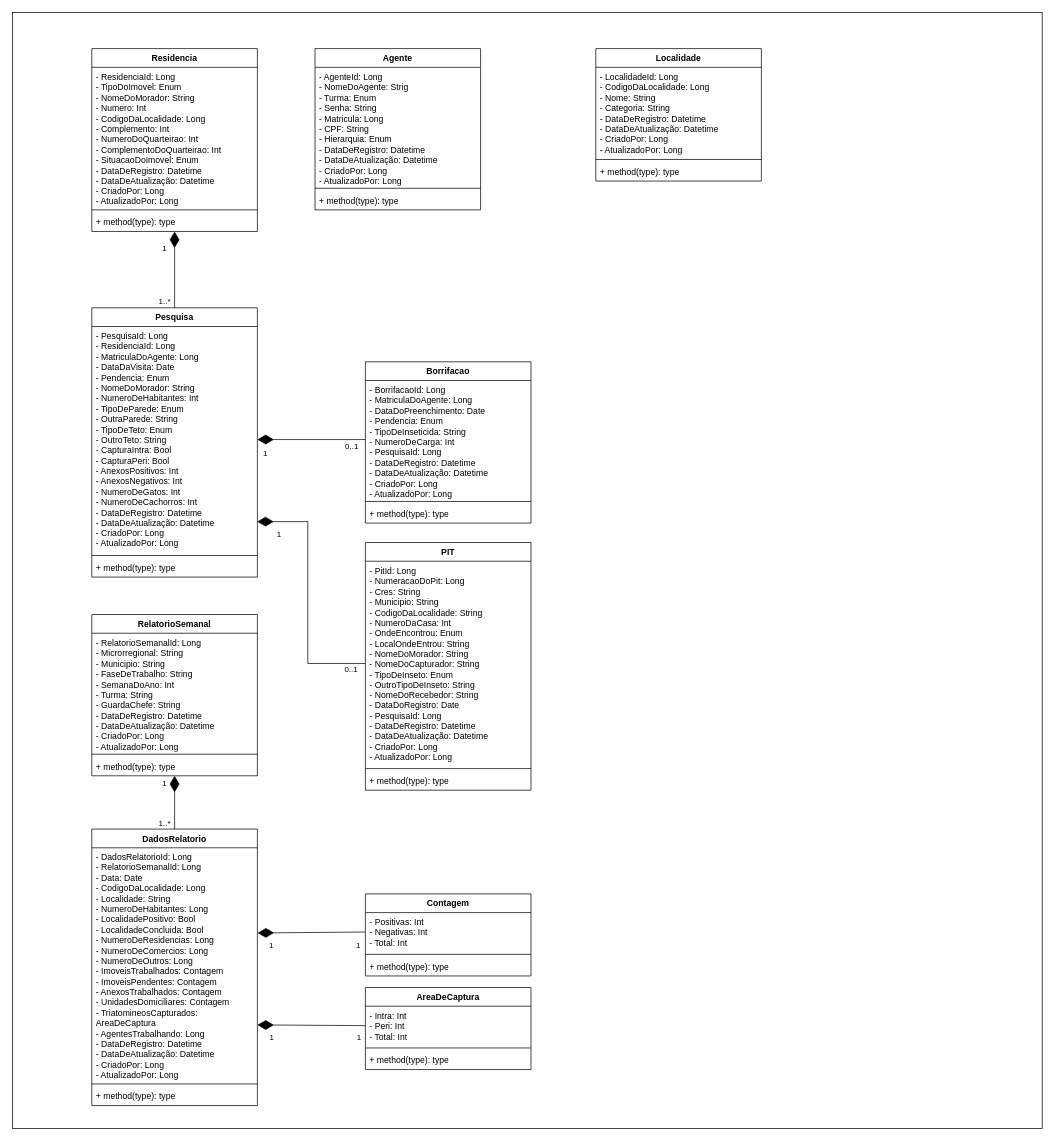
Earlier version of the draw.io diagram Diagrama de classes.drawio (Fconeto/P.I-3). Source tidied: cells renumbered, new cells numbered last; positions are measured from the earlier drawing's top-left corner, leaving out a move shared by most shapes. Both pictures are drawn from the tidied source at 72%, with x=0, y=0 at pixel (12, 12).
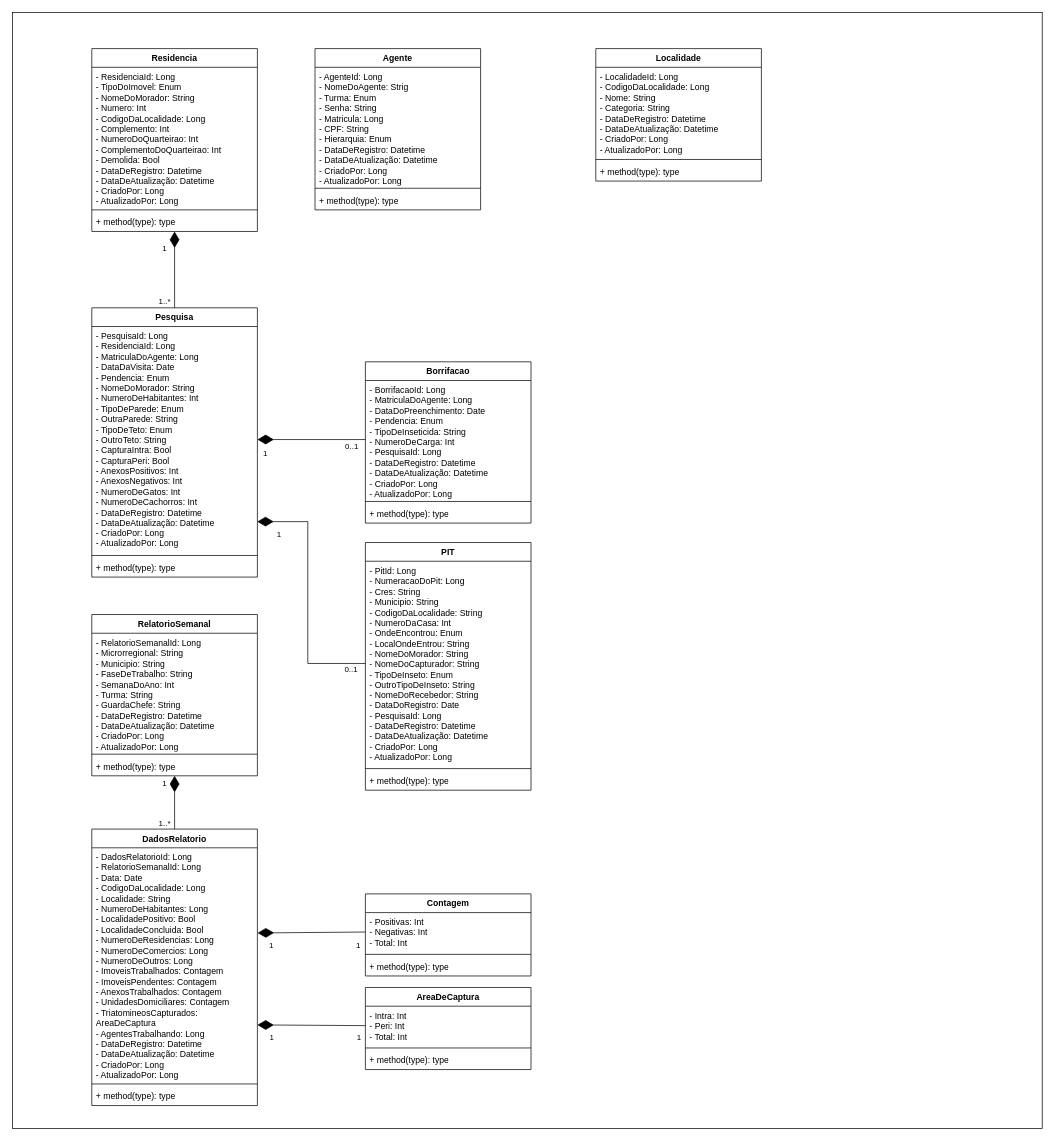
The same diagram, later.

The change refers to these unchanged cells:
```xml
<mxCell id="3" value="Residencia" style="swimlane;fontStyle=1;align=center;verticalAlign=top;horizontal=1;startSize=26;whiteSpace=wrap;html=1;" parent="1" vertex="1">
  <mxGeometry x="110" y="50" width="230" height="254" as="geometry" />
</mxCell>
```

What changed in the source:
```diff
@@
-    <mxCell id="4" value="&lt;div&gt;- ResidenciaId: Long&lt;/div&gt;- TipoDoImovel: Enum&lt;div&gt;- NomeDoMorador: String&lt;/div&gt;&lt;div&gt;- Numero: Int&lt;/div&gt;&lt;div&gt;- CodigoDaLocalidade: Long&lt;/div&gt;&lt;div&gt;- Complemento: Int&lt;/div&gt;&lt;div&gt;- NumeroDoQuarteirao:&amp;nbsp;&lt;span style=&quot;background-color: transparent; color: light-dark(rgb(0, 0, 0), rgb(255, 255, 255));&quot;&gt;Int&lt;/span&gt;&lt;/div&gt;&lt;div&gt;- ComplementoDoQuarteirao:&amp;nbsp;&lt;span style=&quot;background-color: transparent; color: light-dark(rgb(0, 0, 0), rgb(255, 255, 255));&quot;&gt;Int&lt;/span&gt;&lt;/div&gt;&lt;div&gt;- SituacaoDoImovel: Enum&lt;/div&gt;&lt;div&gt;- DataDeRegistro: Datetime&lt;/div&gt;&lt;div&gt;- DataDeAtualização: Datetime&lt;/div&gt;&lt;div&gt;- CriadoPor: Long&lt;/div&gt;&lt;div&gt;- AtualizadoPor: Long&lt;/div&gt;" style="text;strokeColor=none;fillColor=none;align=left;verticalAlign=top;spacingLeft=4;spacingRight=4;overflow=hidden;whiteSpace=wrap;html=1;" parent="3" vertex="1">
+    <mxCell id="4" value="&lt;div&gt;- ResidenciaId: Long&lt;/div&gt;- TipoDoImovel: Enum&lt;div&gt;- NomeDoMorador: String&lt;/div&gt;&lt;div&gt;- Numero: Int&lt;/div&gt;&lt;div&gt;- CodigoDaLocalidade: Long&lt;/div&gt;&lt;div&gt;- Complemento: Int&lt;/div&gt;&lt;div&gt;- NumeroDoQuarteirao:&amp;nbsp;&lt;span style=&quot;background-color: transparent; color: light-dark(rgb(0, 0, 0), rgb(255, 255, 255));&quot;&gt;Int&lt;/span&gt;&lt;/div&gt;&lt;div&gt;- ComplementoDoQuarteirao:&amp;nbsp;&lt;span style=&quot;background-color: transparent; color: light-dark(rgb(0, 0, 0), rgb(255, 255, 255));&quot;&gt;Int&lt;/span&gt;&lt;/div&gt;&lt;div&gt;- Demolida: Bool&lt;/div&gt;&lt;div&gt;- DataDeRegistro: Datetime&lt;/div&gt;&lt;div&gt;- DataDeAtualização: Datetime&lt;/div&gt;&lt;div&gt;- CriadoPor: Long&lt;/div&gt;&lt;div&gt;- AtualizadoPor: Long&lt;/div&gt;" style="text;strokeColor=none;fillColor=none;align=left;verticalAlign=top;spacingLeft=4;spacingRight=4;overflow=hidden;whiteSpace=wrap;html=1;" parent="3" vertex="1">
       <mxGeometry y="26" width="230" height="194" as="geometry" />
     </mxCell>
```
